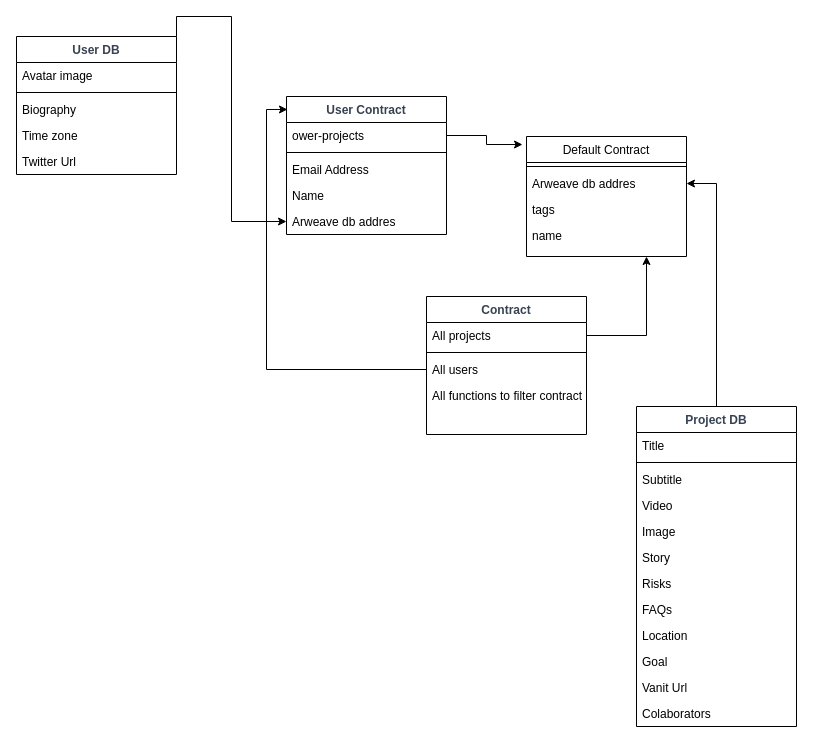
This is contract-Diagram.drawio from Alef-gabriel/bitCapital, a draw.io file, before an edit. Source tidied: cells renumbered, new cells numbered last; positions are measured from the earlier drawing's top-left corner, leaving out a move shared by most shapes. Both pictures are drawn from the tidied source at 100%, with x=0, y=0 at pixel (16, 36).
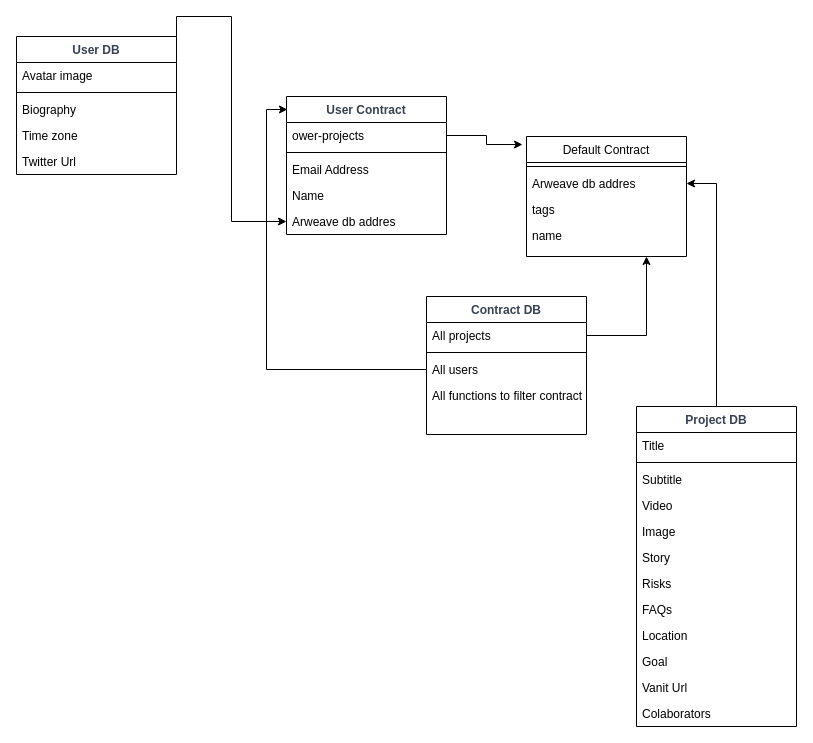
The same page after the edit.

Change to the diagram source:
```diff
@@
-    <mxCell id="14" value="Contract" style="swimlane;fontStyle=1;align=center;verticalAlign=top;horizontal=1;startSize=26;rounded=0;shadow=0;strokeWidth=1;fontColor=#374151;" parent="1" vertex="1">
+    <mxCell id="14" value="Contract DB" style="swimlane;fontStyle=1;align=center;verticalAlign=top;horizontal=1;startSize=26;rounded=0;shadow=0;strokeWidth=1;fontColor=#374151;" parent="1" vertex="1">
       <mxGeometry x="410" y="260" width="160" height="138" as="geometry" />
     </mxCell>
```
